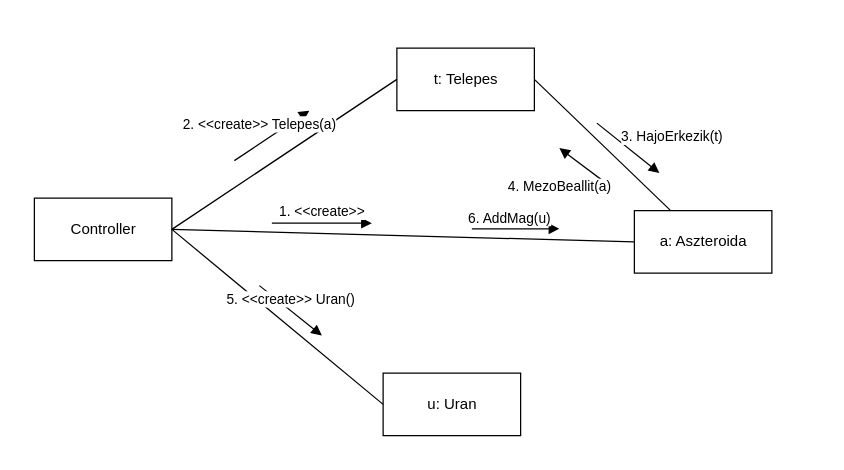
Before: page "uran" (4 of 4) of doc/kommunikacio/kom_TelepesBanyasz.drawio in torpeBoiGo/aszteroidabanyaszat, a draw.io diagram. Source tidied: cells renumbered, new cells numbered last; positions are measured from the earlier drawing's top-left corner, leaving out a move shared by most shapes. Both pictures are drawn from the tidied source at 125%, with x=0, y=0 at pixel (34, 48).
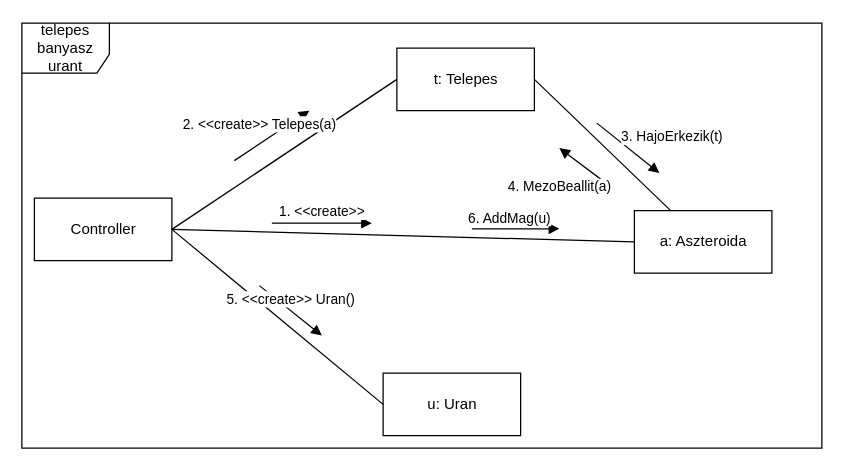
The same diagram, later.

The edit, as a diff of the source:
```diff
@@
+    <mxCell id="16" value="telepes banyasz urant" style="shape=umlFrame;whiteSpace=wrap;html=1;width=70;height=40;" parent="1" vertex="1">
+      <mxGeometry x="-10" y="-20" width="640" height="340" as="geometry" />
+    </mxCell>
```
